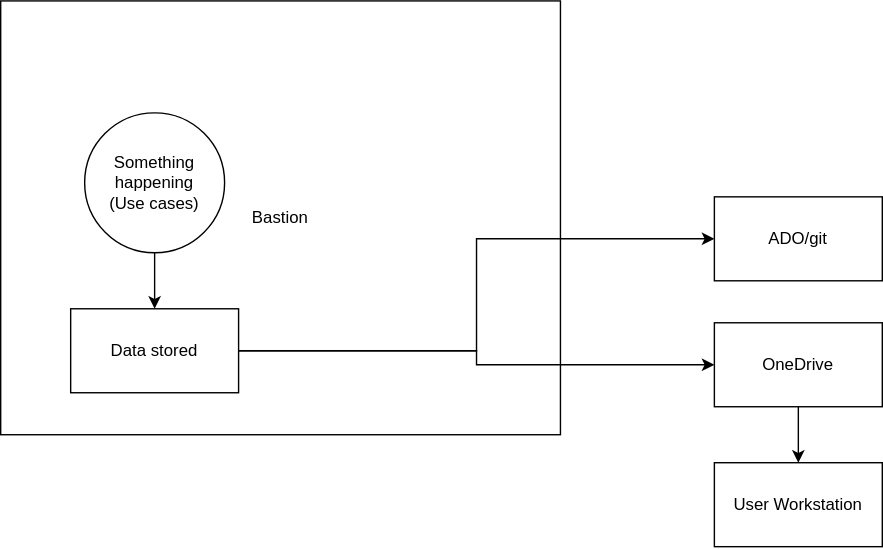
Above: SharedData.svg in vjavle/invoicecloud (draw.io), before the change. Source tidied: cells renumbered, new cells last; positions are measured from the earlier drawing's top-left corner, leaving out a move shared by most shapes.
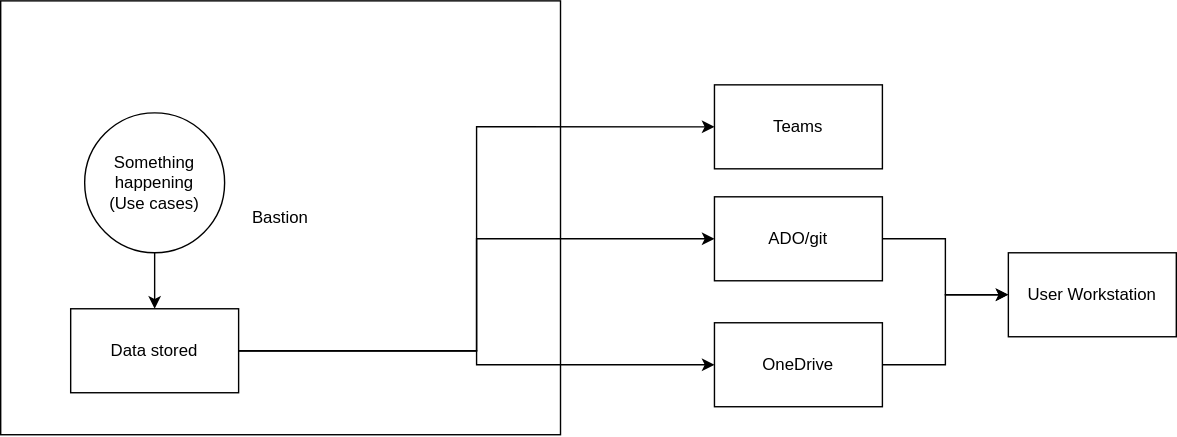
The same file after the commit.

Change to the diagram source:
```diff
@@ -17,11 +17,14 @@
     <mxCell id="6" style="edgeStyle=orthogonalEdgeStyle;rounded=0;jettySize=auto;html=1;entryX=0;entryY=0.5;entryDx=0;entryDy=0;" parent="1" edge="1" source="7" target="11">
       <mxGeometry relative="1" as="geometry" />
     </mxCell>
+    <mxCell id="12" style="edgeStyle=orthogonalEdgeStyle;rounded=0;jettySize=auto;html=1;entryX=0;entryY=0.5;entryDx=0;entryDy=0;" parent="1" edge="1" source="7" target="14">
+      <mxGeometry relative="1" as="geometry" />
+    </mxCell>
     <mxCell id="7" value="Data stored" style="rounded=0;whiteSpace=wrap;html=1;" parent="1" vertex="1">
       <mxGeometry x="50" y="220" width="120" height="60" as="geometry" />
     </mxCell>
     <mxCell id="8" value="User Workstation" style="rounded=0;whiteSpace=wrap;html=1;" parent="1" vertex="1">
-      <mxGeometry x="510" y="330" width="120" height="60" as="geometry" />
+      <mxGeometry x="720" y="180" width="120" height="60" as="geometry" />
     </mxCell>
     <mxCell id="9" style="edgeStyle=orthogonalEdgeStyle;rounded=0;jettySize=auto;html=1;" parent="1" edge="1" source="10" target="8">
       <mxGeometry relative="1" as="geometry" />
@@ -29,8 +32,14 @@
     <mxCell id="10" value="OneDrive" style="rounded=0;whiteSpace=wrap;html=1;" parent="1" vertex="1">
       <mxGeometry x="510" y="230" width="120" height="60" as="geometry" />
     </mxCell>
+    <mxCell id="13" style="edgeStyle=orthogonalEdgeStyle;rounded=0;jettySize=auto;html=1;" parent="1" edge="1" source="11" target="8">
+      <mxGeometry relative="1" as="geometry" />
+    </mxCell>
     <mxCell id="11" value="ADO/git" style="rounded=0;whiteSpace=wrap;html=1;" parent="1" vertex="1">
       <mxGeometry x="510" y="140" width="120" height="60" as="geometry" />
     </mxCell>
+    <mxCell id="14" value="Teams" style="rounded=0;whiteSpace=wrap;html=1;" parent="1" vertex="1">
+      <mxGeometry x="510" y="60" width="120" height="60" as="geometry" />
+    </mxCell>
   </root>
 </mxGraphModel>
```
